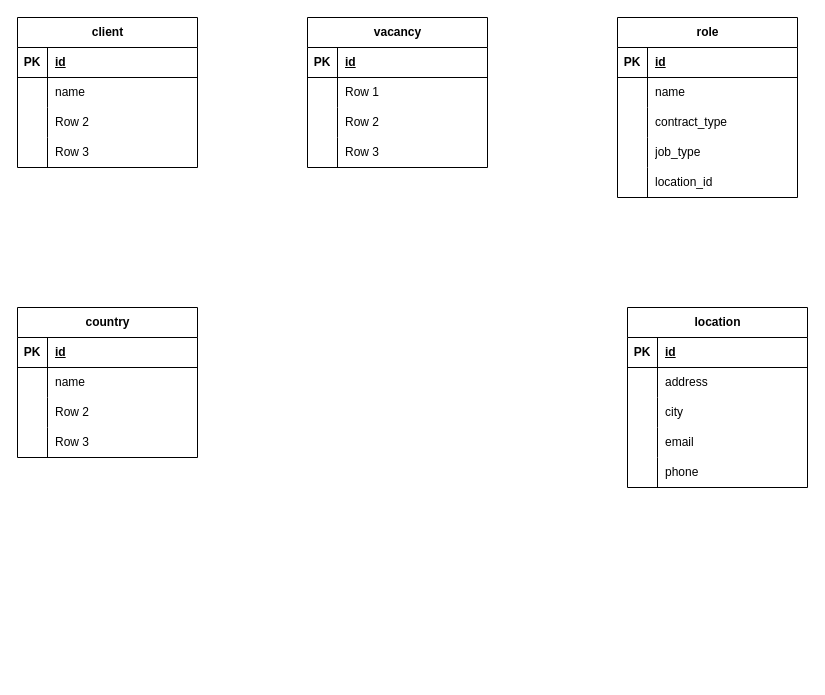
Before: ER.drawio in peguses/education, a draw.io diagram. Source tidied: cells renumbered, new cells numbered last; positions are measured from the earlier drawing's top-left corner, leaving out a move shared by most shapes. Both pictures are drawn from the tidied source at 100%, with x=0, y=0 at pixel (17, 17).
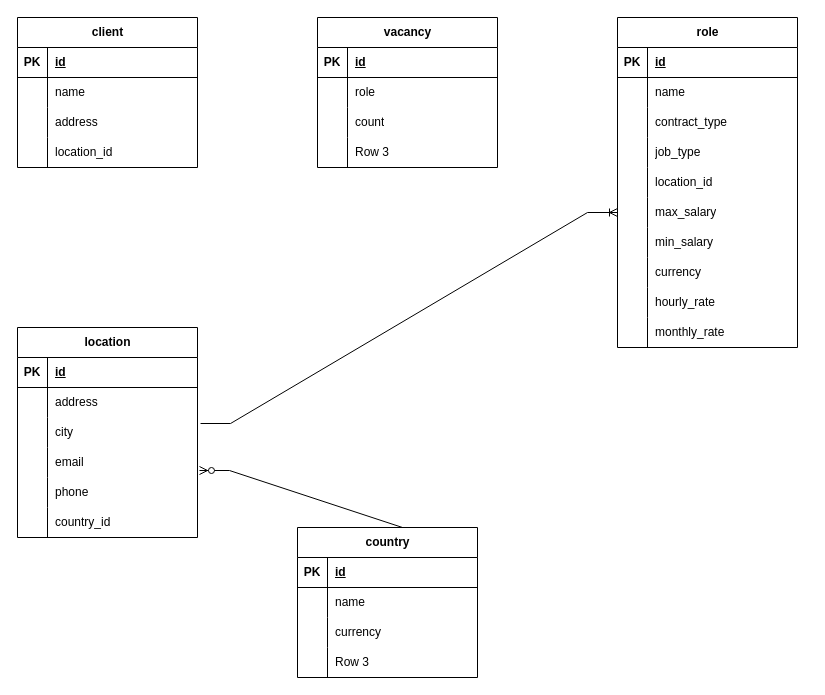
After the change.

Unchanged cells that the change refers to:
```xml
<mxCell id="9" style="shape=tableRow;horizontal=0;startSize=0;swimlaneHead=0;swimlaneBody=0;fillColor=none;top=0;left=0;right=0;bottom=0;" parent="2" vertex="1">
  <mxGeometry y="90" width="180" height="30" as="geometry" />
</mxCell>
<mxCell id="12" style="shape=tableRow;horizontal=0;startSize=0;swimlaneHead=0;swimlaneBody=0;fillColor=none;top=0;left=0;right=0;bottom=0;" parent="2" vertex="1">
  <mxGeometry y="120" width="180" height="30" as="geometry" />
</mxCell>
<mxCell id="22" style="shape=tableRow;horizontal=0;startSize=0;swimlaneHead=0;swimlaneBody=0;fillColor=none;top=0;left=0;right=0;bottom=0;" parent="15" vertex="1">
  <mxGeometry y="90" width="180" height="30" as="geometry" />
</mxCell>
<mxCell id="32" style="shape=tableRow;horizontal=0;startSize=0;swimlaneHead=0;swimlaneBody=0;fillColor=none;top=0;left=0;right=0;bottom=0;" parent="28" vertex="1">
  <mxGeometry y="60" width="180" height="30" as="geometry" />
</mxCell>
<mxCell id="35" style="shape=tableRow;horizontal=0;startSize=0;swimlaneHead=0;swimlaneBody=0;fillColor=none;top=0;left=0;right=0;bottom=0;" parent="28" vertex="1">
  <mxGeometry y="90" width="180" height="30" as="geometry" />
</mxCell>
<mxCell id="64" style="shape=tableRow;horizontal=0;startSize=0;swimlaneHead=0;swimlaneBody=0;fillColor=none;points=[[0,0.5],[1,0.5]];portConstraint=eastwest;top=0;left=0;right=0;bottom=0;" parent="57" vertex="1">
  <mxGeometry y="90" width="180" height="30" as="geometry" />
</mxCell>
<mxCell id="67" style="shape=tableRow;horizontal=0;startSize=0;swimlaneHead=0;swimlaneBody=0;fillColor=none;points=[[0,0.5],[1,0.5]];portConstraint=eastwest;top=0;left=0;right=0;bottom=0;" parent="57" vertex="1">
  <mxGeometry y="120" width="180" height="30" as="geometry" />
</mxCell>
```

Diff of the diagram source:
```diff
@@
-    <mxCell id="11" value="Row 2" style="shape=partialRectangle;fillColor=none;top=0;left=0;bottom=0;right=0;align=left;spacingLeft=6;overflow=hidden;whiteSpace=wrap;html=1;" parent="9" vertex="1">
+    <mxCell id="11" value="address" style="shape=partialRectangle;fillColor=none;top=0;left=0;bottom=0;right=0;align=left;spacingLeft=6;overflow=hidden;whiteSpace=wrap;html=1;" parent="9" vertex="1">
       <mxGeometry x="30" width="150" height="30" as="geometry" />
     </mxCell>
@@
-    <mxCell id="14" value="Row 3" style="shape=partialRectangle;fillColor=none;top=0;left=0;bottom=0;right=0;align=left;spacingLeft=6;overflow=hidden;whiteSpace=wrap;html=1;" parent="12" vertex="1">
+    <mxCell id="14" value="location_id" style="shape=partialRectangle;fillColor=none;top=0;left=0;bottom=0;right=0;align=left;spacingLeft=6;overflow=hidden;whiteSpace=wrap;html=1;" parent="12" vertex="1">
       <mxGeometry x="30" width="150" height="30" as="geometry" />
     </mxCell>
     <mxCell id="15" value="country" style="shape=table;startSize=30;childLayout=tableLayout;rowLines=0;fontStyle=1;align=center;html=1;" parent="1" vertex="1">
-      <mxGeometry y="290" width="180" height="150" as="geometry" />
+      <mxGeometry x="280" y="510" width="180" height="150" as="geometry" />
     </mxCell>
@@
-    <mxCell id="24" value="Row 2" style="shape=partialRectangle;fillColor=none;top=0;left=0;bottom=0;right=0;align=left;spacingLeft=6;overflow=hidden;whiteSpace=wrap;html=1;" parent="22" vertex="1">
+    <mxCell id="24" value="currency" style="shape=partialRectangle;fillColor=none;top=0;left=0;bottom=0;right=0;align=left;spacingLeft=6;overflow=hidden;whiteSpace=wrap;html=1;" parent="22" vertex="1">
       <mxGeometry x="30" width="150" height="30" as="geometry" />
     </mxCell>
@@
     <mxCell id="28" value="vacancy" style="shape=table;startSize=30;childLayout=tableLayout;rowLines=0;fontStyle=1;align=center;html=1;" parent="1" vertex="1">
-      <mxGeometry x="290" width="180" height="150" as="geometry" />
+      <mxGeometry x="300" width="180" height="150" as="geometry" />
     </mxCell>
@@
-    <mxCell id="34" value="Row 1" style="shape=partialRectangle;fillColor=none;top=0;left=0;bottom=0;right=0;align=left;spacingLeft=6;overflow=hidden;whiteSpace=wrap;html=1;" parent="32" vertex="1">
+    <mxCell id="34" value="role" style="shape=partialRectangle;fillColor=none;top=0;left=0;bottom=0;right=0;align=left;spacingLeft=6;overflow=hidden;whiteSpace=wrap;html=1;" parent="32" vertex="1">
       <mxGeometry x="30" width="150" height="30" as="geometry" />
     </mxCell>
@@
-    <mxCell id="37" value="Row 2" style="shape=partialRectangle;fillColor=none;top=0;left=0;bottom=0;right=0;align=left;spacingLeft=6;overflow=hidden;whiteSpace=wrap;html=1;" parent="35" vertex="1">
+    <mxCell id="37" value="count" style="shape=partialRectangle;fillColor=none;top=0;left=0;bottom=0;right=0;align=left;spacingLeft=6;overflow=hidden;whiteSpace=wrap;html=1;" parent="35" vertex="1">
       <mxGeometry x="30" width="150" height="30" as="geometry" />
     </mxCell>
@@
     <mxCell id="41" value="role" style="shape=table;startSize=30;childLayout=tableLayout;rowLines=0;fontStyle=1;align=center;html=1;" parent="1" vertex="1">
-      <mxGeometry x="600" width="180" height="180" as="geometry" />
+      <mxGeometry x="600" width="180" height="330" as="geometry" />
     </mxCell>
@@
+    <mxCell id="73" style="shape=tableRow;horizontal=0;startSize=0;swimlaneHead=0;swimlaneBody=0;fillColor=none;points=[[0,0.5],[1,0.5]];portConstraint=eastwest;top=0;left=0;right=0;bottom=0;" parent="41" vertex="1">
+      <mxGeometry y="180" width="180" height="30" as="geometry" />
+    </mxCell>
+    <mxCell id="74" style="shape=partialRectangle;fillColor=none;top=0;left=0;bottom=0;right=0;overflow=hidden;whiteSpace=wrap;html=1;" parent="73" vertex="1">
+      <mxGeometry width="30" height="30" as="geometry" />
+    </mxCell>
+    <mxCell id="75" value="max_salary" style="shape=partialRectangle;fillColor=none;top=0;left=0;bottom=0;right=0;align=left;spacingLeft=6;overflow=hidden;whiteSpace=wrap;html=1;" parent="73" vertex="1">
+      <mxGeometry x="30" width="150" height="30" as="geometry" />
+    </mxCell>
+    <mxCell id="76" style="shape=tableRow;horizontal=0;startSize=0;swimlaneHead=0;swimlaneBody=0;fillColor=none;top=0;left=0;right=0;bottom=0;" parent="41" vertex="1">
+      <mxGeometry y="210" width="180" height="30" as="geometry" />
+    </mxCell>
+    <mxCell id="77" style="shape=partialRectangle;fillColor=none;top=0;left=0;bottom=0;right=0;overflow=hidden;whiteSpace=wrap;html=1;" parent="76" vertex="1">
+      <mxGeometry width="30" height="30" as="geometry" />
+    </mxCell>
+    <mxCell id="78" value="min_salary" style="shape=partialRectangle;fillColor=none;top=0;left=0;bottom=0;right=0;align=left;spacingLeft=6;overflow=hidden;whiteSpace=wrap;html=1;" parent="76" vertex="1">
+      <mxGeometry x="30" width="150" height="30" as="geometry" />
+    </mxCell>
+    <mxCell id="79" style="shape=tableRow;horizontal=0;startSize=0;swimlaneHead=0;swimlaneBody=0;fillColor=none;top=0;left=0;right=0;bottom=0;" parent="41" vertex="1">
+      <mxGeometry y="240" width="180" height="30" as="geometry" />
+    </mxCell>
+    <mxCell id="80" style="shape=partialRectangle;fillColor=none;top=0;left=0;bottom=0;right=0;overflow=hidden;whiteSpace=wrap;html=1;" parent="79" vertex="1">
+      <mxGeometry width="30" height="30" as="geometry" />
+    </mxCell>
+    <mxCell id="81" value="currency" style="shape=partialRectangle;fillColor=none;top=0;left=0;bottom=0;right=0;align=left;spacingLeft=6;overflow=hidden;whiteSpace=wrap;html=1;" parent="79" vertex="1">
+      <mxGeometry x="30" width="150" height="30" as="geometry" />
+    </mxCell>
+    <mxCell id="82" style="shape=tableRow;horizontal=0;startSize=0;swimlaneHead=0;swimlaneBody=0;fillColor=none;top=0;left=0;right=0;bottom=0;" parent="41" vertex="1">
+      <mxGeometry y="270" width="180" height="30" as="geometry" />
+    </mxCell>
+    <mxCell id="83" style="shape=partialRectangle;fillColor=none;top=0;left=0;bottom=0;right=0;overflow=hidden;whiteSpace=wrap;html=1;" parent="82" vertex="1">
+      <mxGeometry width="30" height="30" as="geometry" />
+    </mxCell>
+    <mxCell id="84" value="hourly_rate" style="shape=partialRectangle;fillColor=none;top=0;left=0;bottom=0;right=0;align=left;spacingLeft=6;overflow=hidden;whiteSpace=wrap;html=1;" parent="82" vertex="1">
+      <mxGeometry x="30" width="150" height="30" as="geometry" />
+    </mxCell>
+    <mxCell id="85" style="shape=tableRow;horizontal=0;startSize=0;swimlaneHead=0;swimlaneBody=0;fillColor=none;top=0;left=0;right=0;bottom=0;" parent="41" vertex="1">
+      <mxGeometry y="300" width="180" height="30" as="geometry" />
+    </mxCell>
+    <mxCell id="86" style="shape=partialRectangle;fillColor=none;top=0;left=0;bottom=0;right=0;overflow=hidden;whiteSpace=wrap;html=1;" parent="85" vertex="1">
+      <mxGeometry width="30" height="30" as="geometry" />
+    </mxCell>
+    <mxCell id="87" value="monthly_rate" style="shape=partialRectangle;fillColor=none;top=0;left=0;bottom=0;right=0;align=left;spacingLeft=6;overflow=hidden;whiteSpace=wrap;html=1;" parent="85" vertex="1">
+      <mxGeometry x="30" width="150" height="30" as="geometry" />
+    </mxCell>
     <mxCell id="57" value="location" style="shape=table;startSize=30;childLayout=tableLayout;rowLines=0;fontStyle=1;align=center;html=1;" parent="1" vertex="1">
-      <mxGeometry x="610" y="290" width="180" height="180" as="geometry" />
+      <mxGeometry y="310" width="180" height="210" as="geometry" />
     </mxCell>
@@
+    <mxCell id="88" style="shape=tableRow;horizontal=0;startSize=0;swimlaneHead=0;swimlaneBody=0;fillColor=none;top=0;left=0;right=0;bottom=0;" parent="57" vertex="1">
+      <mxGeometry y="180" width="180" height="30" as="geometry" />
+    </mxCell>
+    <mxCell id="89" style="shape=partialRectangle;fillColor=none;top=0;left=0;bottom=0;right=0;overflow=hidden;whiteSpace=wrap;html=1;" parent="88" vertex="1">
+      <mxGeometry width="30" height="30" as="geometry" />
+    </mxCell>
+    <mxCell id="90" value="country_id" style="shape=partialRectangle;fillColor=none;top=0;left=0;bottom=0;right=0;align=left;spacingLeft=6;overflow=hidden;whiteSpace=wrap;html=1;" parent="88" vertex="1">
+      <mxGeometry x="30" width="150" height="30" as="geometry" />
+    </mxCell>
+    <mxCell id="91" style="edgeStyle=entityRelationEdgeStyle;fontSize=12;html=1;endArrow=ERzeroToMany;endFill=1;rounded=0;exitX=0.75;exitY=0;exitDx=0;exitDy=0;entryX=1.011;entryY=0.767;entryDx=0;entryDy=0;entryPerimeter=0;" parent="1" edge="1" source="15" target="67">
+      <mxGeometry relative="1" as="geometry" />
+    </mxCell>
+    <mxCell id="92" style="edgeStyle=entityRelationEdgeStyle;fontSize=12;html=1;endArrow=ERoneToMany;rounded=0;exitX=1.017;exitY=0.2;exitDx=0;exitDy=0;exitPerimeter=0;entryX=0;entryY=0.5;entryDx=0;entryDy=0;" parent="1" edge="1" source="64" target="73">
+      <mxGeometry relative="1" as="geometry" />
+    </mxCell>
```
